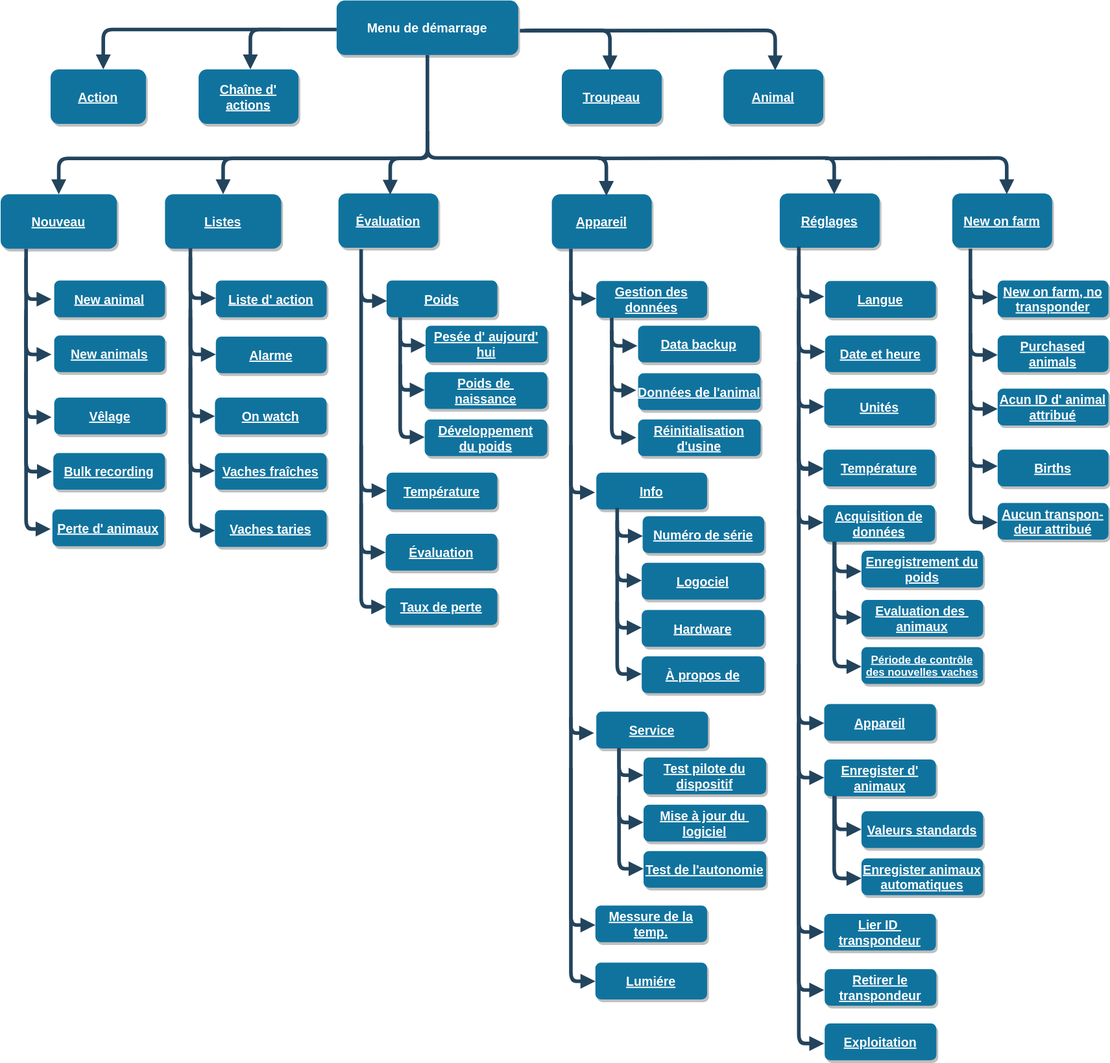
erjoh001/vitalcontrol.de keeps this draw.io diagram as content/fr/docs/menu/menu-tree.svg. Above is the earlier version. Source tidied: cells renumbered, new cells last; positions are measured from the earlier drawing's top-left corner, leaving out a move shared by most shapes.
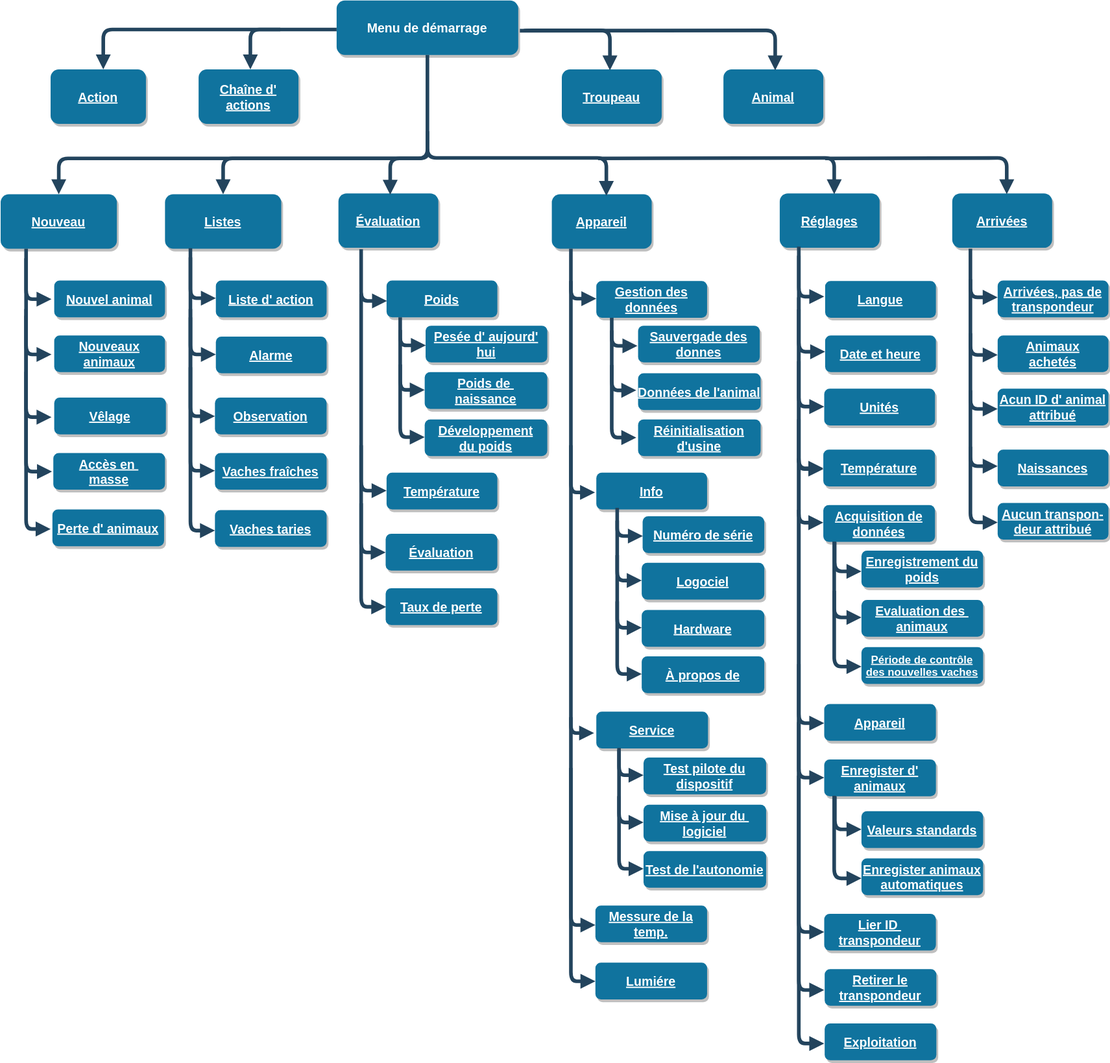
Later version of the same file.

What changed in the source:
```diff
@@ -66,7 +66,7 @@
     <mxCell id="13" value="Alarme" style="rounded=1;fillColor=#10739E;strokeColor=none;shadow=1;gradientColor=none;fontStyle=5;fontColor=#FFFFFF;fontSize=14;" parent="1" vertex="1">
       <mxGeometry x="262" y="370.2" width="122" height="40.5" as="geometry" />
     </mxCell>
-    <mxCell id="14" value="On watch" style="rounded=1;fillColor=#10739E;strokeColor=none;shadow=1;gradientColor=none;fontStyle=5;fontColor=#FFFFFF;fontSize=14;" parent="1" vertex="1">
+    <mxCell id="14" value="Observation" style="rounded=1;fillColor=#10739E;strokeColor=none;shadow=1;gradientColor=none;fontStyle=5;fontColor=#FFFFFF;fontSize=14;" parent="1" vertex="1">
       <mxGeometry x="261" y="437.5" width="123" height="40.5" as="geometry" />
     </mxCell>
     <mxCell id="15" value="Vaches fraîches" style="rounded=1;fillColor=#10739E;strokeColor=none;shadow=1;gradientColor=none;fontStyle=5;fontColor=#FFFFFF;fontSize=14;" parent="1" vertex="1">
@@ -301,7 +301,7 @@
         </Array>
       </mxGeometry>
     </mxCell>
-    <mxCell id="52" value="Data backup" style="rounded=1;fillColor=#10739E;strokeColor=none;shadow=1;gradientColor=none;fontStyle=5;fontColor=#FFFFFF;fontSize=14;" parent="1" vertex="1">
+    <mxCell id="52" value="Sauvergade des&#10;donnes" style="rounded=1;fillColor=#10739E;strokeColor=none;shadow=1;gradientColor=none;fontStyle=5;fontColor=#FFFFFF;fontSize=14;" parent="1" vertex="1">
       <mxGeometry x="727" y="358.2" width="134" height="40.5" as="geometry" />
     </mxCell>
     <mxCell id="53" value="Données de l'animal" style="rounded=1;fillColor=#10739E;strokeColor=none;shadow=1;gradientColor=none;fontStyle=5;fontColor=#FFFFFF;fontSize=14;" parent="1" vertex="1">
@@ -590,10 +590,10 @@
     <mxCell id="93" value="Vêlage" style="rounded=1;fillColor=#10739E;strokeColor=none;shadow=1;gradientColor=none;fontStyle=5;fontColor=#FFFFFF;fontSize=14;" parent="1" vertex="1">
       <mxGeometry x="84" y="437.5" width="123" height="40.5" as="geometry" />
     </mxCell>
-    <mxCell id="94" value="New animals" style="rounded=1;fillColor=#10739E;strokeColor=none;shadow=1;gradientColor=none;fontStyle=5;fontColor=#FFFFFF;fontSize=14;" parent="1" vertex="1">
+    <mxCell id="94" value="Nouveaux&#10;animaux" style="rounded=1;fillColor=#10739E;strokeColor=none;shadow=1;gradientColor=none;fontStyle=5;fontColor=#FFFFFF;fontSize=14;" parent="1" vertex="1">
       <mxGeometry x="84" y="369" width="122" height="40.5" as="geometry" />
     </mxCell>
-    <mxCell id="95" value="New animal" style="rounded=1;fillColor=#10739E;strokeColor=none;shadow=1;gradientColor=none;fontStyle=5;fontColor=#FFFFFF;fontSize=14;" parent="1" vertex="1">
+    <mxCell id="95" value="Nouvel animal" style="rounded=1;fillColor=#10739E;strokeColor=none;shadow=1;gradientColor=none;fontStyle=5;fontColor=#FFFFFF;fontSize=14;" parent="1" vertex="1">
       <mxGeometry x="84" y="308.5" width="122" height="40.5" as="geometry" />
     </mxCell>
     <mxCell id="96" style="edgeStyle=elbowEdgeStyle;elbow=vertical;strokeWidth=4;endArrow=block;endFill=1;fontStyle=5;strokeColor=#23445D;entryX=0;entryY=0.5;entryDx=0;entryDy=0;rounded=1;" parent="1" edge="1">
@@ -606,7 +606,7 @@
         </Array>
       </mxGeometry>
     </mxCell>
-    <mxCell id="97" value="Bulk recording" style="rounded=1;fillColor=#10739E;strokeColor=none;shadow=1;gradientColor=none;fontStyle=5;fontColor=#FFFFFF;fontSize=14;" parent="1" vertex="1">
+    <mxCell id="97" value="Accès en &#10;masse" style="rounded=1;fillColor=#10739E;strokeColor=none;shadow=1;gradientColor=none;fontStyle=5;fontColor=#FFFFFF;fontSize=14;" parent="1" vertex="1">
       <mxGeometry x="83" y="498.5" width="123" height="40.5" as="geometry" />
     </mxCell>
     <mxCell id="98" value="Perte d' animaux" style="rounded=1;fillColor=#10739E;strokeColor=none;shadow=1;gradientColor=none;fontStyle=5;fontColor=#FFFFFF;fontSize=14;" parent="1" vertex="1">
@@ -705,7 +705,7 @@
         </Array>
       </mxGeometry>
     </mxCell>
-    <mxCell id="113" value="New on farm" style="rounded=1;fillColor=#10739E;strokeColor=none;shadow=1;gradientColor=none;fontStyle=5;fontColor=#FFFFFF;fontSize=14;" parent="1" vertex="1">
+    <mxCell id="113" value="Arrivées" style="rounded=1;fillColor=#10739E;strokeColor=none;shadow=1;gradientColor=none;fontStyle=5;fontColor=#FFFFFF;fontSize=14;" parent="1" vertex="1">
       <mxGeometry x="1073" y="212.5" width="110" height="60" as="geometry" />
     </mxCell>
     <mxCell id="114" style="edgeStyle=elbowEdgeStyle;elbow=vertical;strokeWidth=4;endArrow=block;endFill=1;fontStyle=1;strokeColor=#23445D;rounded=1;entryX=0;entryY=0.457;entryDx=0;entryDy=0;entryPerimeter=0;" parent="1" edge="1" target="115">
@@ -717,10 +717,10 @@
         </Array>
       </mxGeometry>
     </mxCell>
-    <mxCell id="115" value="New on farm, no&#10;transponder" style="rounded=1;fillColor=#10739E;strokeColor=none;shadow=1;gradientColor=none;fontStyle=5;fontColor=#FFFFFF;fontSize=14;" parent="1" vertex="1">
+    <mxCell id="115" value="Arrivées, pas de&#10;transpondeur" style="rounded=1;fillColor=#10739E;strokeColor=none;shadow=1;gradientColor=none;fontStyle=5;fontColor=#FFFFFF;fontSize=14;" parent="1" vertex="1">
       <mxGeometry x="1123" y="308.5" width="122" height="40.5" as="geometry" />
     </mxCell>
-    <mxCell id="116" value="Purchased&#10;animals" style="rounded=1;fillColor=#10739E;strokeColor=none;shadow=1;gradientColor=none;fontStyle=5;fontColor=#FFFFFF;fontSize=14;" parent="1" vertex="1">
+    <mxCell id="116" value="Animaux&#10;achetés" style="rounded=1;fillColor=#10739E;strokeColor=none;shadow=1;gradientColor=none;fontStyle=5;fontColor=#FFFFFF;fontSize=14;" parent="1" vertex="1">
       <mxGeometry x="1123" y="369" width="122" height="40.5" as="geometry" />
     </mxCell>
     <mxCell id="117" style="edgeStyle=elbowEdgeStyle;elbow=vertical;strokeWidth=4;endArrow=block;endFill=1;fontStyle=1;strokeColor=#23445D;rounded=1;entryX=0;entryY=0.457;entryDx=0;entryDy=0;entryPerimeter=0;" parent="1" edge="1">
@@ -746,7 +746,7 @@
         </Array>
       </mxGeometry>
     </mxCell>
-    <mxCell id="120" value="Births" style="rounded=1;fillColor=#10739E;strokeColor=none;shadow=1;gradientColor=none;fontStyle=5;fontColor=#FFFFFF;fontSize=14;" parent="1" vertex="1">
+    <mxCell id="120" value="Naissances" style="rounded=1;fillColor=#10739E;strokeColor=none;shadow=1;gradientColor=none;fontStyle=5;fontColor=#FFFFFF;fontSize=14;" parent="1" vertex="1">
       <mxGeometry x="1123" y="494.9" width="122" height="40.5" as="geometry" />
     </mxCell>
     <mxCell id="121" style="edgeStyle=elbowEdgeStyle;elbow=vertical;strokeWidth=4;endArrow=block;endFill=1;fontStyle=1;strokeColor=#23445D;rounded=1;entryX=0;entryY=0.457;entryDx=0;entryDy=0;entryPerimeter=0;" parent="1" edge="1">
```
